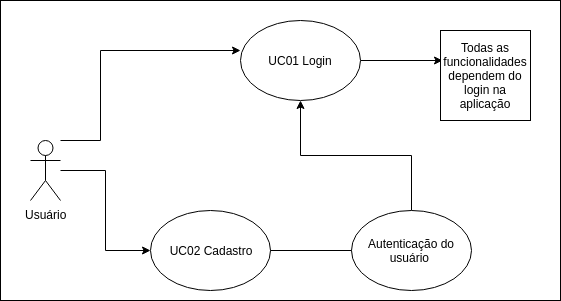
me42th/2019.2-Twitter keeps this draw.io diagram as twitter_docs/modelagem/images/UC-Login.png. Above is the earlier version. Source tidied: cells renumbered, new cells last; positions are measured from the earlier drawing's top-left corner, leaving out a move shared by most shapes. Its diagram source:
```xml
<mxGraphModel>
  <root>
    <mxCell id="0" />
    <mxCell id="1" parent="0" />
    <mxCell id="2" style="rounded=0;whiteSpace=wrap;html=1;" parent="1" vertex="1">
      <mxGeometry width="560" height="300" as="geometry" />
    </mxCell>
    <mxCell id="3" style="edgeStyle=orthogonalEdgeStyle;rounded=0;jettySize=auto;html=1;exitX=1;exitY=0.5;exitDx=0;exitDy=0;entryX=0.022;entryY=0.333;entryDx=0;entryDy=0;entryPerimeter=0;" parent="1" edge="1" source="4" target="8">
      <mxGeometry relative="1" as="geometry" />
    </mxCell>
    <mxCell id="4" value="UC01 Login" style="ellipse;whiteSpace=wrap;html=1;" parent="1" vertex="1">
      <mxGeometry x="240" y="20" width="120" height="80" as="geometry" />
    </mxCell>
    <mxCell id="5" style="edgeStyle=orthogonalEdgeStyle;rounded=0;jettySize=auto;html=1;entryX=0;entryY=0.5;entryDx=0;entryDy=0;" parent="1" edge="1" source="7" target="9">
      <mxGeometry relative="1" as="geometry" />
    </mxCell>
    <mxCell id="6" style="edgeStyle=orthogonalEdgeStyle;rounded=0;jettySize=auto;html=1;entryX=0;entryY=0.375;entryDx=0;entryDy=0;entryPerimeter=0;" parent="1" edge="1" source="7" target="4">
      <mxGeometry relative="1" as="geometry">
        <Array as="points">
          <mxPoint x="100" y="140" />
          <mxPoint x="100" y="50" />
        </Array>
      </mxGeometry>
    </mxCell>
    <mxCell id="7" value="Usuário" style="shape=umlActor;verticalLabelPosition=bottom;labelBackgroundColor=#ffffff;verticalAlign=top;html=1;outlineConnect=0;" parent="1" vertex="1">
      <mxGeometry x="30" y="140" width="30" height="60" as="geometry" />
    </mxCell>
    <mxCell id="8" value="Todas as funcionalidades dependem do login na aplicação" style="whiteSpace=wrap;html=1;" parent="1" vertex="1">
      <mxGeometry x="440" y="30" width="90" height="90" as="geometry" />
    </mxCell>
    <mxCell id="9" value="UC02 Cadastro" style="ellipse;whiteSpace=wrap;html=1;" parent="1" vertex="1">
      <mxGeometry x="150" y="210" width="120" height="80" as="geometry" />
    </mxCell>
    <mxCell id="10" style="edgeStyle=orthogonalEdgeStyle;rounded=0;jettySize=auto;html=1;" parent="1" edge="1" source="11" target="4">
      <mxGeometry relative="1" as="geometry" />
    </mxCell>
    <mxCell id="11" value="Autenticação do usuário&amp;nbsp;" style="ellipse;whiteSpace=wrap;html=1;" parent="1" vertex="1">
      <mxGeometry x="351" y="210" width="120" height="80" as="geometry" />
    </mxCell>
    <mxCell id="12" style="endArrow=none;html=1;entryX=0;entryY=0.5;entryDx=0;entryDy=0;exitX=1;exitY=0.5;exitDx=0;exitDy=0;" parent="1" edge="1" source="9" target="11">
      <mxGeometry relative="1" as="geometry" />
    </mxCell>
  </root>
</mxGraphModel>
```
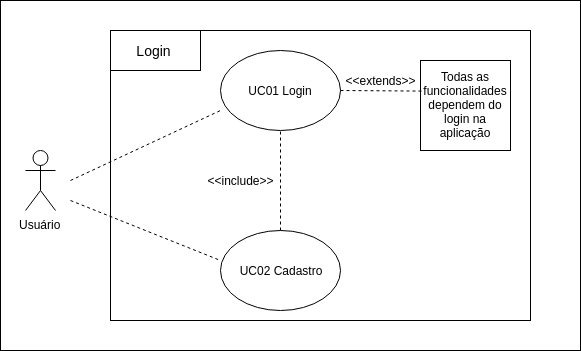
The same diagram one commit later.

Commit message:
Atualização do diagrama de caso de uso do login

What changed in the source:
```diff
@@ -2,43 +2,52 @@
   <root>
     <mxCell id="0" />
     <mxCell id="1" parent="0" />
-    <mxCell id="2" style="rounded=0;whiteSpace=wrap;html=1;" parent="1" vertex="1">
-      <mxGeometry width="560" height="300" as="geometry" />
-    </mxCell>
-    <mxCell id="3" style="edgeStyle=orthogonalEdgeStyle;rounded=0;jettySize=auto;html=1;exitX=1;exitY=0.5;exitDx=0;exitDy=0;entryX=0.022;entryY=0.333;entryDx=0;entryDy=0;entryPerimeter=0;" parent="1" edge="1" source="4" target="8">
-      <mxGeometry relative="1" as="geometry" />
-    </mxCell>
+    <mxCell id="13" style="rounded=0;whiteSpace=wrap;html=1;" parent="1" vertex="1">
+      <mxGeometry x="20" y="-30" width="580" height="350" as="geometry" />
+    </mxCell>
+    <mxCell id="14" style="rounded=0;whiteSpace=wrap;html=1;" parent="1" vertex="1">
+      <mxGeometry x="130" width="420" height="290" as="geometry" />
+    </mxCell>
     <mxCell id="4" value="UC01 Login" style="ellipse;whiteSpace=wrap;html=1;" parent="1" vertex="1">
       <mxGeometry x="240" y="20" width="120" height="80" as="geometry" />
     </mxCell>
-    <mxCell id="5" style="edgeStyle=orthogonalEdgeStyle;rounded=0;jettySize=auto;html=1;entryX=0;entryY=0.5;entryDx=0;entryDy=0;" parent="1" edge="1" source="7" target="9">
-      <mxGeometry relative="1" as="geometry" />
-    </mxCell>
-    <mxCell id="6" style="edgeStyle=orthogonalEdgeStyle;rounded=0;jettySize=auto;html=1;entryX=0;entryY=0.375;entryDx=0;entryDy=0;entryPerimeter=0;" parent="1" edge="1" source="7" target="4">
-      <mxGeometry relative="1" as="geometry">
-        <Array as="points">
-          <mxPoint x="100" y="140" />
-          <mxPoint x="100" y="50" />
-        </Array>
-      </mxGeometry>
-    </mxCell>
     <mxCell id="7" value="Usuário" style="shape=umlActor;verticalLabelPosition=bottom;labelBackgroundColor=#ffffff;verticalAlign=top;html=1;outlineConnect=0;" parent="1" vertex="1">
-      <mxGeometry x="30" y="140" width="30" height="60" as="geometry" />
+      <mxGeometry x="45" y="120" width="30" height="60" as="geometry" />
     </mxCell>
     <mxCell id="8" value="Todas as funcionalidades dependem do login na aplicação" style="whiteSpace=wrap;html=1;" parent="1" vertex="1">
       <mxGeometry x="440" y="30" width="90" height="90" as="geometry" />
     </mxCell>
     <mxCell id="9" value="UC02 Cadastro" style="ellipse;whiteSpace=wrap;html=1;" parent="1" vertex="1">
-      <mxGeometry x="150" y="210" width="120" height="80" as="geometry" />
+      <mxGeometry x="240" y="200" width="120" height="80" as="geometry" />
     </mxCell>
-    <mxCell id="10" style="edgeStyle=orthogonalEdgeStyle;rounded=0;jettySize=auto;html=1;" parent="1" edge="1" source="11" target="4">
-      <mxGeometry relative="1" as="geometry" />
-    </mxCell>
-    <mxCell id="11" value="Autenticação do usuário&amp;nbsp;" style="ellipse;whiteSpace=wrap;html=1;" parent="1" vertex="1">
-      <mxGeometry x="351" y="210" width="120" height="80" as="geometry" />
-    </mxCell>
-    <mxCell id="12" style="endArrow=none;html=1;entryX=0;entryY=0.5;entryDx=0;entryDy=0;exitX=1;exitY=0.5;exitDx=0;exitDy=0;" parent="1" edge="1" source="9" target="11">
-      <mxGeometry relative="1" as="geometry" />
-    </mxCell>
+    <mxCell id="15" style="endArrow=none;dashed=1;html=1;" parent="1" edge="1">
+      <mxGeometry relative="1" as="geometry">
+        <mxPoint x="90" y="150" as="sourcePoint" />
+        <mxPoint x="240" y="80" as="targetPoint" />
+      </mxGeometry>
+    </mxCell>
+    <mxCell id="3" style="endArrow=none;dashed=1;html=1;entryX=0.022;entryY=0.34;entryDx=0;entryDy=0;entryPerimeter=0;" parent="1" edge="1" source="4" target="8">
+      <mxGeometry relative="1" as="geometry" />
+    </mxCell>
+    <mxCell id="16" style="endArrow=none;dashed=1;html=1;entryX=0.5;entryY=1;entryDx=0;entryDy=0;exitX=0.5;exitY=0;exitDx=0;exitDy=0;" parent="1" edge="1" source="9" target="4">
+      <mxGeometry relative="1" as="geometry" />
+    </mxCell>
+    <mxCell id="17" value="&amp;lt;&amp;lt;include&amp;gt;&amp;gt;" style="text;html=1;strokeColor=none;fillColor=none;align=center;verticalAlign=middle;whiteSpace=wrap;rounded=0;" parent="1" vertex="1">
+      <mxGeometry x="240" y="140" width="40" height="20" as="geometry" />
+    </mxCell>
+    <mxCell id="18" style="endArrow=none;dashed=1;html=1;entryX=0;entryY=0.375;entryDx=0;entryDy=0;entryPerimeter=0;" parent="1" edge="1" target="9">
+      <mxGeometry relative="1" as="geometry">
+        <mxPoint x="90" y="170" as="sourcePoint" />
+      </mxGeometry>
+    </mxCell>
+    <mxCell id="19" value="&amp;lt;&amp;lt;extends&amp;gt;&amp;gt;" style="text;html=1;strokeColor=none;fillColor=none;align=center;verticalAlign=middle;whiteSpace=wrap;rounded=0;" parent="1" vertex="1">
+      <mxGeometry x="380" y="40" width="40" height="20" as="geometry" />
+    </mxCell>
+    <mxCell id="20" style="rounded=0;whiteSpace=wrap;html=1;" parent="1" vertex="1">
+      <mxGeometry x="130" width="90" height="40" as="geometry" />
+    </mxCell>
+    <mxCell id="21" value="&lt;font style=&quot;font-size: 14px&quot;&gt;Login&lt;/font&gt;" style="text;html=1;strokeColor=none;fillColor=none;align=center;verticalAlign=middle;whiteSpace=wrap;rounded=0;" parent="1" vertex="1">
+      <mxGeometry x="135" width="75" height="40" as="geometry" />
+    </mxCell>
   </root>
 </mxGraphModel>
```
